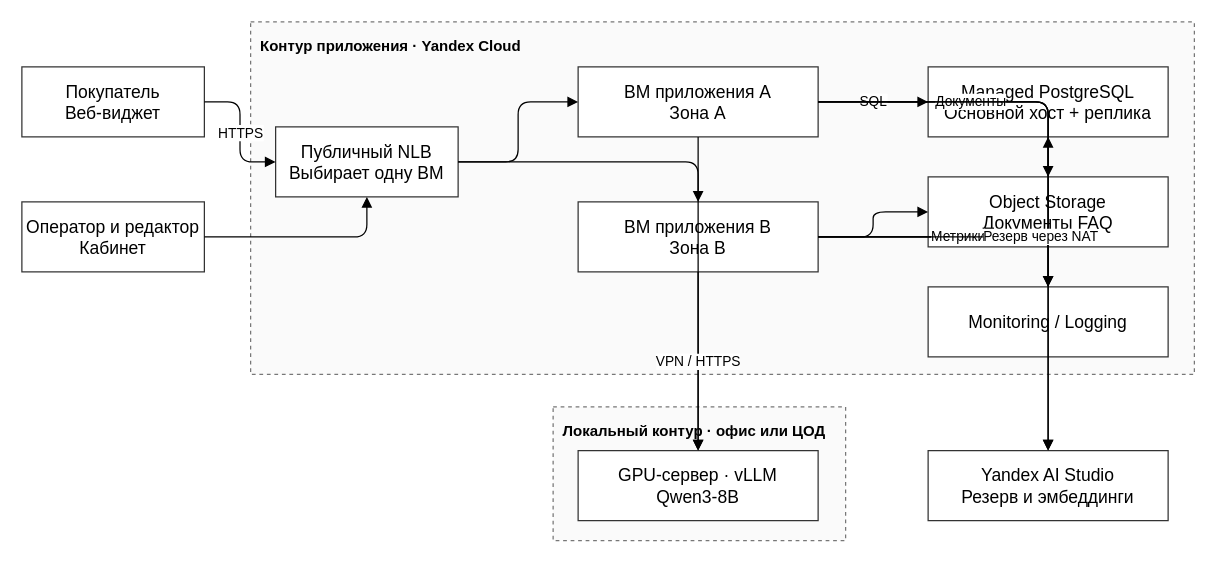
Above: page "Production с GPU" (4 of 4) of lab4/diagrams/faq-ai.drawio in Roman-Elchiyan/2026_2027-cloud-platforms-as-the-basis-of-technology-entrepreneurship-u4225-Elchiyan_R_R (draw.io), before the change. Source tidied: cells renumbered, new cells numbered last; positions are measured from the earlier drawing's top-left corner, leaving out a move shared by most shapes. Both pictures are drawn from the tidied source at 125%, with x=0, y=0 at pixel (21, 21).
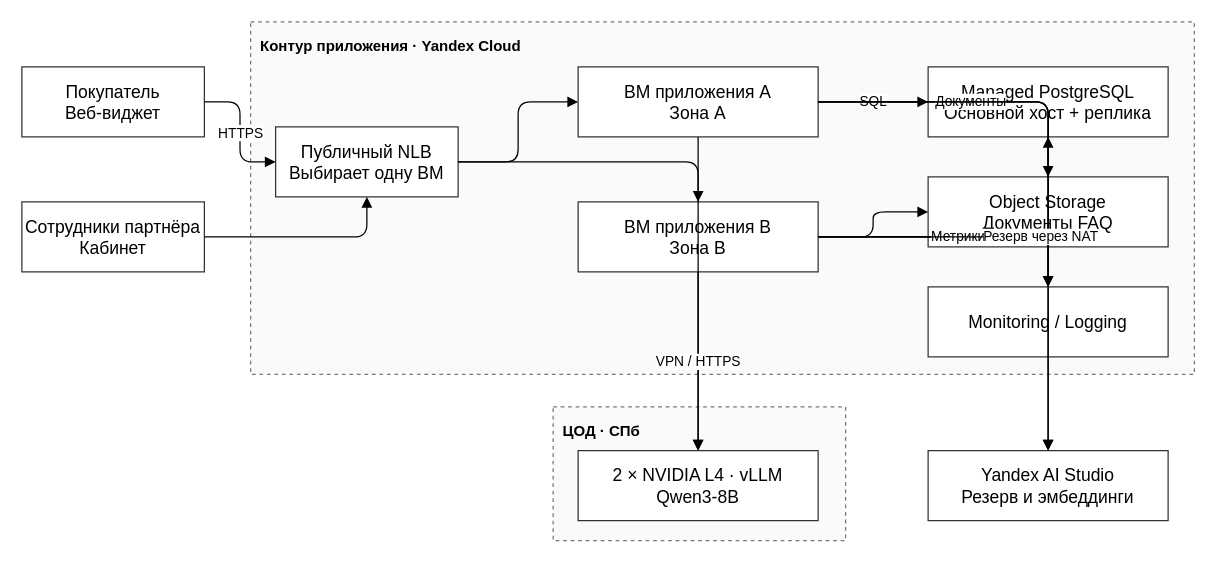
After the change.

What changed in the source:
```diff
@@
-    <mxCell id="3" value="Локальный контур · офис или ЦОД" style="dashed=1;fillColor=#fafafa;strokeColor=#777777;verticalAlign=top;align=left;spacing=8;fontStyle=1;" parent="1" vertex="1">
+    <mxCell id="3" value="ЦОД · СПб" style="dashed=1;fillColor=#fafafa;strokeColor=#777777;verticalAlign=top;align=left;spacing=8;fontStyle=1;" parent="1" vertex="1">
       <mxGeometry x="425" y="308" width="234" height="107" as="geometry" />
     </mxCell>
@@
-    <mxCell id="10" value="GPU-сервер · vLLM&lt;br&gt;Qwen3-8B" style="whiteSpace=wrap;html=1;fillColor=#ffffff;strokeColor=#333333;fontSize=14;" parent="1" vertex="1">
+    <mxCell id="10" value="2 × NVIDIA L4 · vLLM&lt;br&gt;Qwen3-8B" style="whiteSpace=wrap;html=1;fillColor=#ffffff;strokeColor=#333333;fontSize=14;" parent="1" vertex="1">
       <mxGeometry x="445" y="343" width="192" height="56" as="geometry" />
     </mxCell>
@@
-    <mxCell id="12" value="Оператор и редактор&lt;br&gt;Кабинет" style="whiteSpace=wrap;html=1;fillColor=#ffffff;strokeColor=#333333;fontSize=14;" parent="1" vertex="1">
+    <mxCell id="12" value="Сотрудники партнёра&lt;br&gt;Кабинет" style="whiteSpace=wrap;html=1;fillColor=#ffffff;strokeColor=#333333;fontSize=14;" parent="1" vertex="1">
       <mxGeometry y="144" width="146" height="56" as="geometry" />
     </mxCell>
```
